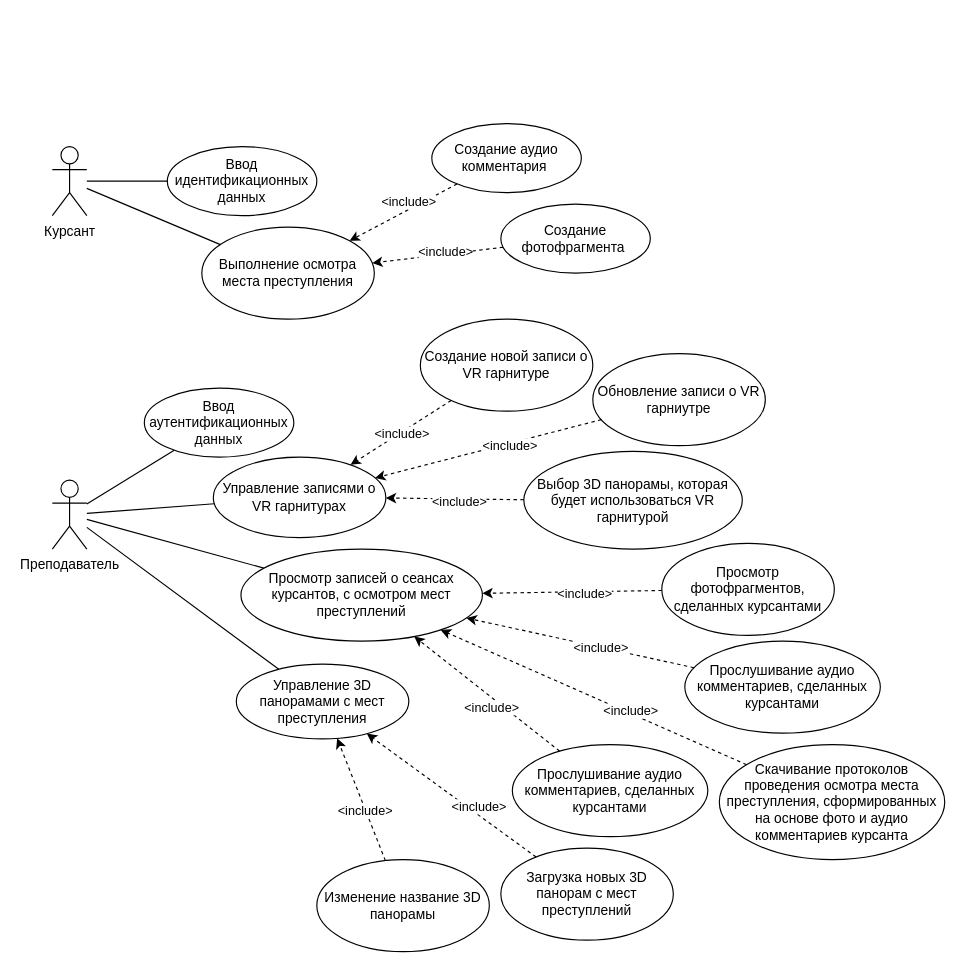
This is page "Use Case" (4 of 4) of 1/crime-scene-service-main/schemas/Architecture.drawio from ILoveRedheads/diploma_maga, a draw.io file, before an edit. Source tidied: cells renumbered, new cells numbered last; positions are measured from the earlier drawing's top-left corner, leaving out a move shared by most shapes. Both pictures are drawn from the tidied source at 115%, with x=0, y=0 at pixel (52, 123).
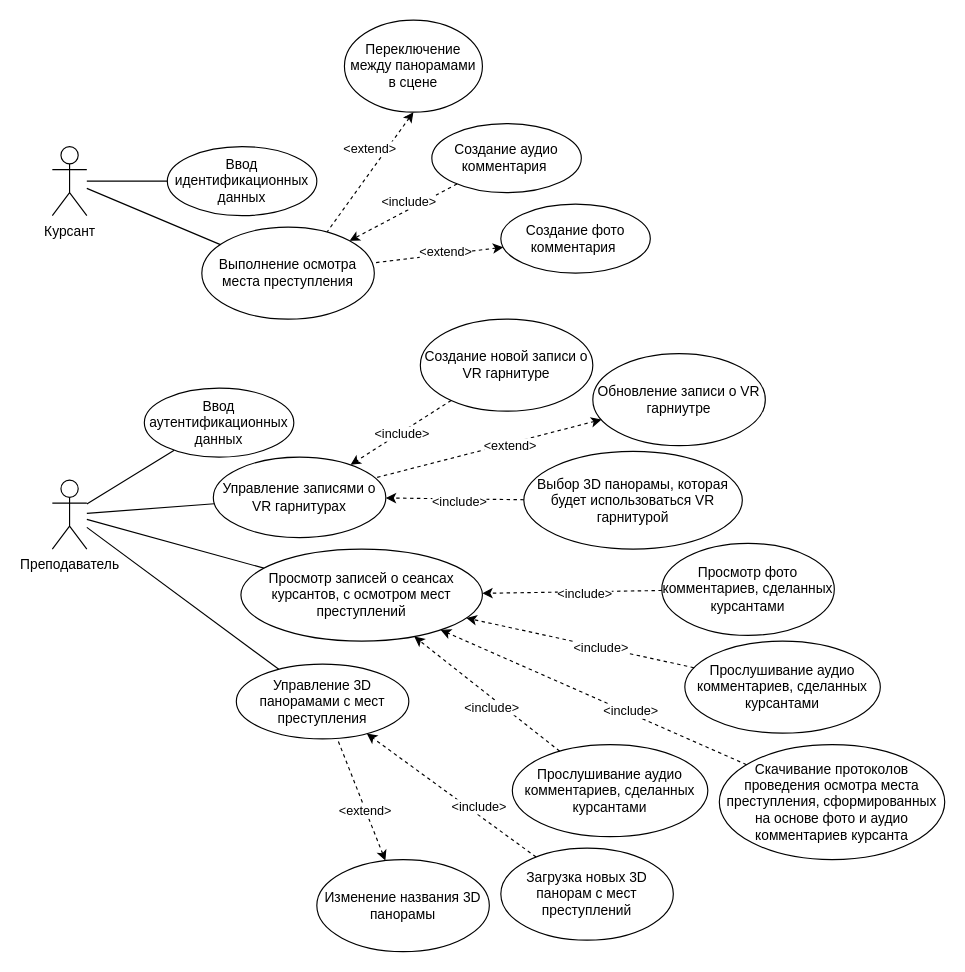
After the change.

The change refers to these unchanged cells:
```xml
<mxCell id="6" value="Выполнение осмотра места преступления" style="ellipse;whiteSpace=wrap;html=1;" parent="1" vertex="1">
  <mxGeometry x="130" y="90" width="150" height="80" as="geometry" />
</mxCell>
<mxCell id="15" value="Управление записями о VR гарнитурах" style="ellipse;whiteSpace=wrap;html=1;" parent="1" vertex="1">
  <mxGeometry x="140" y="290" width="150" height="70" as="geometry" />
</mxCell>
<mxCell id="17" value="Обновление записи о VR гарниутре" style="ellipse;whiteSpace=wrap;html=1;" parent="1" vertex="1">
  <mxGeometry x="470" y="200" width="150" height="80" as="geometry" />
</mxCell>
<mxCell id="22" value="Управление 3D панорамами с мест преступления" style="ellipse;whiteSpace=wrap;html=1;" parent="1" vertex="1">
  <mxGeometry x="160" y="470" width="150" height="65" as="geometry" />
</mxCell>
```

Change to the diagram source:
```diff
@@
-    <mxCell id="5" value="Создание фотофрагмента&amp;nbsp;" style="ellipse;whiteSpace=wrap;html=1;" parent="1" vertex="1">
+    <mxCell id="5" value="Создание фото комментария&amp;nbsp;" style="ellipse;whiteSpace=wrap;html=1;" parent="1" vertex="1">
       <mxGeometry x="390" y="70" width="130" height="60" as="geometry" />
     </mxCell>
@@
-    <mxCell id="9" style="endArrow=classic;dashed=1;html=1;rounded=0;endFill=1;" parent="1" edge="1" source="5" target="6">
+    <mxCell id="9" style="endArrow=none;dashed=1;html=1;rounded=0;endFill=0;startArrow=classic;startFill=1;" parent="1" edge="1" source="5" target="6">
       <mxGeometry relative="1" as="geometry" />
     </mxCell>
-    <mxCell id="10" value="&amp;lt;include&amp;gt;" style="edgeLabel;html=1;align=center;verticalAlign=middle;" parent="9" vertex="1">
+    <mxCell id="10" value="&amp;lt;extend&amp;gt;" style="edgeLabel;html=1;align=center;verticalAlign=middle;" parent="9" vertex="1">
       <mxGeometry x="-0.39" relative="1" as="geometry">
         <mxPoint x="-16" as="offset" />
       </mxGeometry>
     </mxCell>
@@
-    <mxCell id="26" style="endArrow=classic;dashed=1;html=1;rounded=0;endFill=1;" parent="1" edge="1" source="17" target="15">
+    <mxCell id="26" style="endArrow=none;dashed=1;html=1;rounded=0;endFill=0;startArrow=classic;startFill=1;" parent="1" edge="1" source="17" target="15">
       <mxGeometry relative="1" as="geometry" />
     </mxCell>
-    <mxCell id="27" value="&amp;lt;include&amp;gt;" style="edgeLabel;html=1;align=center;verticalAlign=middle;" parent="26" vertex="1">
+    <mxCell id="27" value="&amp;lt;extend&amp;gt;" style="edgeLabel;html=1;align=center;verticalAlign=middle;" parent="26" vertex="1">
       <mxGeometry x="-0.39" relative="1" as="geometry">
         <mxPoint x="-20" y="7" as="offset" />
       </mxGeometry>
     </mxCell>
@@
-    <mxCell id="31" value="Просмотр фотофрагментов, сделанных курсантами" style="ellipse;whiteSpace=wrap;html=1;" parent="1" vertex="1">
+    <mxCell id="31" value="Просмотр фото комментариев, сделанных курсантами" style="ellipse;whiteSpace=wrap;html=1;" parent="1" vertex="1">
       <mxGeometry x="530" y="365" width="150" height="80" as="geometry" />
     </mxCell>
@@
-    <mxCell id="46" value="Изменение название 3D панорамы" style="ellipse;whiteSpace=wrap;html=1;" parent="1" vertex="1">
+    <mxCell id="46" value="Изменение названия 3D панорамы" style="ellipse;whiteSpace=wrap;html=1;" parent="1" vertex="1">
       <mxGeometry x="230" y="640" width="150" height="80" as="geometry" />
     </mxCell>
-    <mxCell id="47" style="endArrow=classic;dashed=1;html=1;rounded=0;endFill=1;" parent="1" edge="1" source="46" target="22">
+    <mxCell id="47" style="endArrow=none;dashed=1;html=1;rounded=0;endFill=0;startArrow=classic;startFill=1;" parent="1" edge="1" source="46" target="22">
       <mxGeometry relative="1" as="geometry" />
     </mxCell>
-    <mxCell id="48" value="&amp;lt;include&amp;gt;" style="edgeLabel;html=1;align=center;verticalAlign=middle;" parent="47" vertex="1">
+    <mxCell id="48" value="&amp;lt;extend&amp;gt;" style="edgeLabel;html=1;align=center;verticalAlign=middle;" parent="47" vertex="1">
       <mxGeometry x="-0.39" relative="1" as="geometry">
         <mxPoint x="-5" y="-11" as="offset" />
       </mxGeometry>
     </mxCell>
+    <mxCell id="49" value="Переключение между панорамами в сцене" style="ellipse;whiteSpace=wrap;html=1;" parent="1" vertex="1">
+      <mxGeometry x="254" y="-90" width="120" height="80" as="geometry" />
+    </mxCell>
+    <mxCell id="50" style="endArrow=none;dashed=1;html=1;rounded=0;endFill=0;startArrow=classic;startFill=1;exitX=0.5;exitY=1;exitDx=0;exitDy=0;entryX=0.727;entryY=0.05;entryDx=0;entryDy=0;entryPerimeter=0;" parent="1" edge="1" source="49" target="6">
+      <mxGeometry relative="1" as="geometry" />
+    </mxCell>
+    <mxCell id="51" value="&amp;lt;extend&amp;gt;" style="edgeLabel;html=1;align=center;verticalAlign=middle;" parent="50" vertex="1">
+      <mxGeometry x="-0.39" relative="1" as="geometry">
+        <mxPoint x="-16" as="offset" />
+      </mxGeometry>
+    </mxCell>
```
